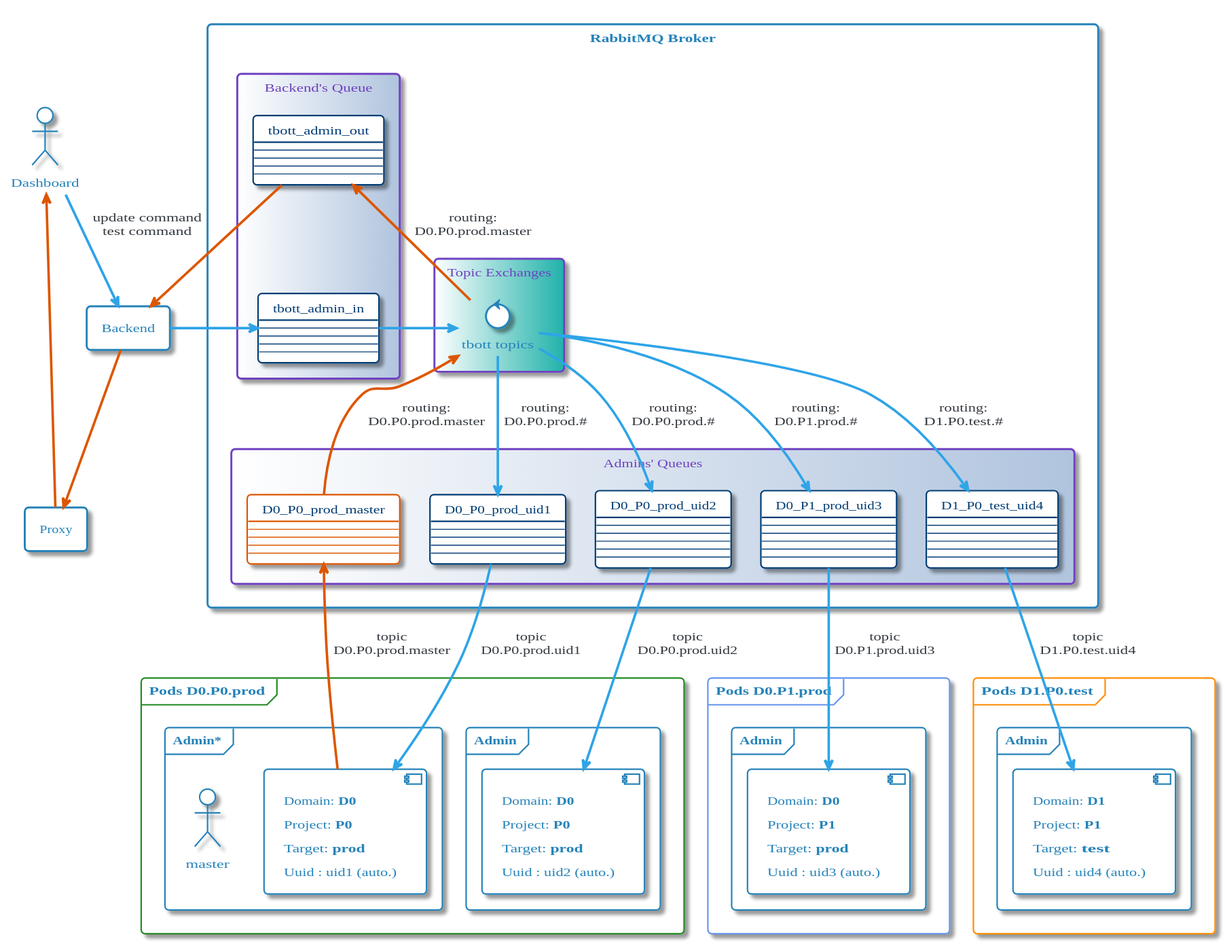
Earlier version of the PlantUML export images/plantuml/Admin/messaging_commands/MessagingCommands.svg (momenttech/maestro-architecture). Its diagram source:
```plantuml
@startuml




skinparam backgroundColor White








skinparam defaultFontName       "Verdana"
skinparam defaultFontSize       12
skinparam dpi                   100
skinparam shadowing             True
skinparam roundcorner           8
skinparam ParticipantPadding    40
skinparam BoxPadding            40
skinparam Padding               5
skinparam ArrowColor            #868E96
skinparam stereotype {
    CBackgroundColor #EDF0F2
    CBorderColor #BABDBF
    ABackgroundColor #8FB961
    ABorderColor $SUCCESS_DARK
    IBackgroundColor #D2494E
    IBorderColor $DANGER_DARK
    EBackgroundColor #E47833
    EBorderColor $WARNING_DARK
    NBackgroundColor #35638F
    NBorderColor $INFO_DARK
}
skinparam title {
	FontColor	                 #2FA4E7
	BorderColor	                 #BABDBF
	FontSize	    	         20
	BorderRoundCorner            8
	BorderThickness 	         1
	BackgroundColor              White
}

skinparam legend {
	BackgroundColor White
	BorderColor #BABDBF
	FontColor #343A40
}


skinparam activity {
		FontColor #2683B9
	BorderColor #2683B9
	BackgroundColor White
	BarColor #73A839
	StartColor #033C73
	EndColor #033C73
	DiamondBackgroundColor White
  	DiamondBorderColor #BABDBF
	DiamondFontColor #BABDBF
}


skinparam participant {
		FontColor #2683B9
	BorderColor #2683B9
	BackgroundColor White
	ParticipantBorderThickness 2
}


skinparam actor {
		FontColor #2683B9
	BorderColor #2683B9
	BackgroundColor White
}


skinparam arrow {
	Thickness 2.5
	Color #2FA4E7
	FontColor #343A40
}


skinparam sequence {
	BorderColor #2FA4E7
	TitleFontColor #2FA4E7
	BackgroundColor White
	StartColor #2FA4E7
	EndColor #2FA4E7
	BoxBackgroundColor White
	BoxBorderColor #868E96
	BoxFontColor #343A40
	LifeLineBorderColor #BABDBF
	LifeLineBorderThickness 2
	LifeLineBackgroundColor White
	GroupBorderColor #868E96
	GroupFontColor #343A40
	GroupHeaderFontColor #033C73
	DividerBackgroundColor White
    DividerBorderColor #868E96
    DividerBorderThickness 2
    DividerFontColor #343A40
	ReferenceBackgroundColor White
	ReferenceBorderColor #868E96
	ReferenceFontColor #343A40
	ReferenceHeaderFontColor #033C73
}


skinparam partition {
	BorderColor #2FA4E7
	FontColor #2FA4E7
	BackgroundColor White
}


skinparam collections {
		FontColor #2683B9
	BorderColor #2683B9
	BackgroundColor White
}


skinparam control {
		FontColor #2683B9
	BorderColor #2683B9
	BackgroundColor White
}


skinparam entity {
		FontColor #2683B9
	BorderColor #2683B9
	BackgroundColor White
}


skinparam boundary {
		FontColor #2683B9
	BorderColor #2683B9
	BackgroundColor White
}


skinparam agent {
	BackgroundColor White
	BorderColor #999999
	FontColor #333333
}


skinparam note {
	BorderThickness 1
	BackgroundColor White
	BorderColor #033C73
	FontColor #033C73
}


skinparam artifact {
	BackgroundColor White
	BorderColor #868E96
	FontColor #868E96
}


skinparam component {
		FontColor #2683B9
	BorderColor #2683B9
	BackgroundColor White

}


skinparam interface {
	BackgroundColor  White
	BorderColor  #C71C22
	FontColor #343A40
}


skinparam storage {
	BackgroundColor White
  	BorderColor #DD5600
	FontColor #DD5600
}


skinparam node {
	BackgroundColor White
	BorderColor #343A40
	FontColor #343A40
}


skinparam cloud {
	BackgroundColor #F2FCFE-#eeeeee
	BorderColor #F2FCFE
	FontColor #343A40
}


skinparam database {
		FontColor #2683B9
	BorderColor #2683B9
	BackgroundColor White
}


skinparam class {
		FontColor #2683B9
	BorderColor #2683B9
	BackgroundColor White
	HeaderBackgroundColor #2FA4E7-#2683B9
	StereotypeFontColor #343A40
	BorderThickness 1
	AttributeFontColor #343A40
	AttributeFontSize 11
}


skinparam object {
		FontColor #2683B9
	BorderColor #2683B9
	BackgroundColor White
	StereotypeFontColor #343A40
	BorderThickness 1
	AttributeFontColor #BABDBF
	AttributeFontSize 11
}


skinparam usecase {
		FontColor #2683B9
	BorderColor #2683B9
	BackgroundColor White
	BorderThickness 2
	StereotypeFontColor #2FA4E7
}


skinparam rectangle {
		FontColor #2683B9
	BorderColor #2683B9
	BackgroundColor White
	BorderThickness 2
	StereotypeFontColor #2FA4E7
}


skinparam package {
	BackgroundColor #F2FCFE-#eeeeee
  	BorderColor #033C73
	FontColor #033C73
	BorderThickness 2
}


skinparam folder {
	BackgroundColor White
  	BorderColor #DD5600
	FontColor #DD5600
	BorderThickness 2
}


skinparam frame {
		FontColor #2683B9
	BorderColor #2683B9
	BackgroundColor White
	BorderThickness 2
	StereotypeFontColor #2FA4E7
}



skinparam state {
		FontColor #2683B9
	BorderColor #2683B9
	BackgroundColor White
	StartColor #033C73
	EndColor #033C73
	AttributeFontColor #BABDBF
	AttributeFontSize 11
}


skinparam queue {
		FontColor #2683B9
	BorderColor #2683B9
	BackgroundColor White
}


skinparam card {
	BackgroundColor White
	BorderColor #033C73
	FontColor #033C73
}


skinparam file {
	BackgroundColor White
	BorderColor #868E96
	FontColor #868E96
}


skinparam stack {
		FontColor #2683B9
	BorderColor #2683B9
	BackgroundColor White
}



hide stereotype

!pragma horizontalLineBetweenDifferentPackageAllowed

skinparam file<<NOTE>> {
	BorderThickness 0.5
    BackgroundColor LightYellow
	BorderColor LightSteelBlue
	FontColor SteelBlue
    FontSize 10
    ArrowColor LightSteelBlue
}
skinparam arrow<<NOTE>> {
    Color LightSteelBlue
}





skinparam node<<MULTITHREADED>>{
    FontColor #E47833
	BorderColor #E47833
	BackgroundColor White
	BorderThickness 2
	StereotypeFontColor #2FA4E7
}


skinparam package<<CONTAINER>>{
    	BackgroundColor #eeeeee
  	BorderColor #033C73
	FontColor #033C73
	BorderThickness 2
}
skinparam frame<<CONTAINER>>{
    	BackgroundColor #eeeeee
  	BorderColor #033C73
	FontColor #033C73
	BorderThickness 2
}


skinparam rectangle<<boundary>> {
    BackgroundColor #eeeeee
    Shadowing false
    StereotypeFontSize 0
    FontColor #444444
    BorderColor #444444
    BorderStyle dashed
    BoxPadding 0
}

skinparam file<<docker_params>> {
    Shadowing True
    FontSize 10
}












skinparam nodesep 30
skinparam ranksep 20

actor Dashboard
rectangle Backend
rectangle Proxy

skinparam rectangle<<QUEUES>>{
    FontColor #6F42C1
    FontStyle none
	BorderColor #6F42C1
	BackgroundColor #White|LightSteelBlue
}
skinparam rectangle<<EXCHANGE>>{
    FontColor #6F42C1
    FontStyle none
	BorderColor #6F42C1
	BackgroundColor #White|LightSeaGreen
}
skinparam card<<MASTER>>{
    BorderColor #DD5600
}
skinparam arrow<<MASTER>> {
    Thickness 1
	Color #DD5600
}
skinparam frame<<POD1>> {
	BorderColor ForestGreen
}
skinparam frame<<POD2>> {
	BorderColor CornflowerBlue
}
skinparam frame<<POD3>> {
	BorderColor Darkorange
}


Dashboard --> Backend: "update command\ntest command"
Proxy -l-> Dashboard<<MASTER>>
rectangle "RabbitMQ   Broker" as RmqBroker {
    rectangle "Topic Exchanges" <<EXCHANGE>> as TopicEx {
        control "tbott topics" as ExchTbott

    }

    rectangle "Backend's Queue" <<QUEUES>> as RmqQueuesIn {
        card Card_TbottAdmin_out [
            tbott_admin_out
            ___
            ---
            ---
            ---
            ---
        ]
        card Card_TbottAdmin_in [
            tbott_admin_in
            ___
            ---
            ---
            ---
            ---
        ]
        Card_TbottAdmin_in -[hidden]u- Card_TbottAdmin_out
    }

    rectangle "Admins' Queues" <<QUEUES>> as RmqQueuesOut {
        card Card_D0P0T1MASTER <<MASTER>> [
            D0_P0_prod_master
            ___
            ---
            ---
            ---
            ---
        ]
        card Card_D0P0T1 [
            D0_P0_prod_uid1
            ___
            ---
            ---
            ---
            ---
        ]
        card Card_D0P0T2 [
            D0_P0_prod_uid2
            ___
            ---
            ---
            ---
            ---
            ---
        ]
        card Card_D0P1T1 [
            D0_P1_prod_uid3
            ___
            ---
            ---
            ---
            ---
            ---
        ]
        card Card_D1P0T1 [
            D1_P0_test_uid4
            ___
            ---
            ---
            ---
            ---
            ---
        ]

    }

}

Backend -> Card_TbottAdmin_in
Card_TbottAdmin_in -> ExchTbott
ExchTbott -u-> Card_TbottAdmin_out<<MASTER>>: "routing:\nD0.P0.prod.master"
Card_TbottAdmin_out -> Backend<<MASTER>>
Backend --> Proxy<<MASTER>>


ExchTbott --> Card_D0P0T1: "routing:\nD0.P0.prod.#"
ExchTbott <-- Card_D0P0T1MASTER<<MASTER>>: "routing:\nD0.P0.prod.master"
ExchTbott --> Card_D0P0T2: "routing:\nD0.P0.prod.#"
ExchTbott --> Card_D0P1T1: "routing:\nD0.P1.prod.#"
ExchTbott --> Card_D1P0T1: "routing:\nD1.P0.test.#"

frame "Pods D0.P0.prod" as POD1 <<POD1>> {
    frame "Admin*" as FrameD0P0T1 {
        component CompD0P0T1 [
            Domain: <b>D0</b>
            Project: <b>P0</b>
            Target: <b>prod</b>
            Uuid : uid1 (auto.)
        ]
        "master"
    }

    frame "Admin" as FrameD0P0T2 {
        component CompD0P0T2 [
            Domain: <b>D0</b>
            Project: <b>P0</b>
            Target: <b>prod</b>
            Uuid : uid2 (auto.)
        ]
    }
}

frame "Pods D0.P1.prod" as POD2 <<POD2>> {
    frame "Admin" as FrameD0P1T1 {
        component CompD0P1T1 [
            Domain: <b>D0</b>
            Project: <b>P1</b>
            Target: <b>prod</b>
            Uuid : uid3 (auto.)
        ]

    }
}

frame "Pods D1.P0.test" as POD3 <<POD3>> {
    frame "Admin" as FrameD1P0T1 {
        component CompD1P0T1 [
            Domain: <b>D1</b>
            Project: <b>P1</b>
            Target: <b>test</b>
            Uuid : uid4 (auto.)
        ]

    }
}

Card_D0P0T1 --> CompD0P0T1: topic\nD0.P0.prod.uid1
Card_D0P0T1MASTER <-- CompD0P0T1<<MASTER>>: topic\nD0.P0.prod.master
Card_D0P0T2 --> CompD0P0T2: topic\nD0.P0.prod.uid2
Card_D0P1T1 --> CompD0P1T1: topic\nD0.P1.prod.uid3
Card_D1P0T1 --> CompD1P0T1: topic\nD1.P0.test.uid4
@enduml
```
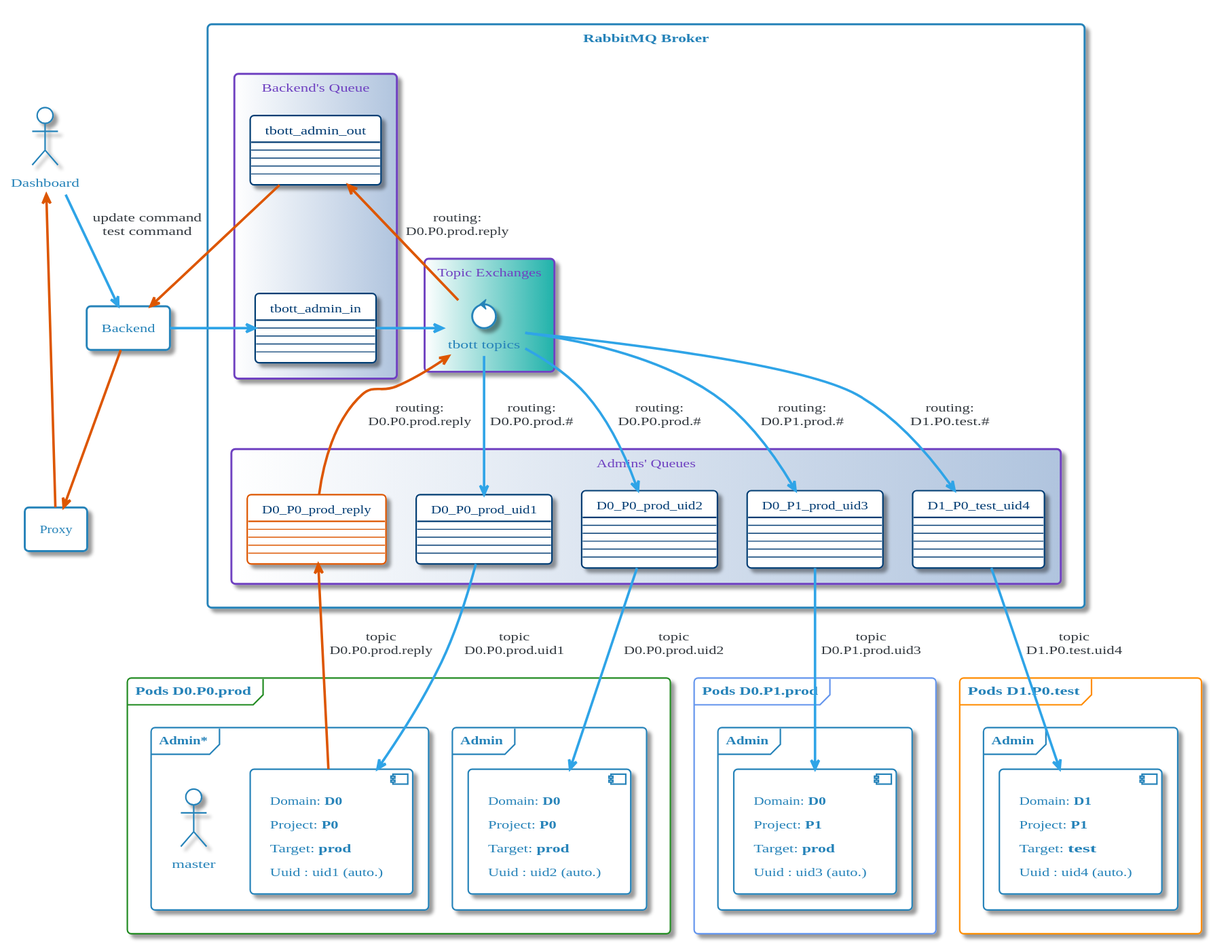
After the commit.

Commit message:
change routing name from master to reply

The edit, as a diff of the source:
```diff
@@ -1,4 +1,4 @@
-@startuml
+@startuml MessagingCommands
 
 
 
@@ -319,6 +319,7 @@
 
 hide stereotype
 
+skinparam backgroundColor transparent
 !pragma horizontalLineBetweenDifferentPackageAllowed
 
 skinparam file<<NOTE>> {
@@ -453,7 +454,7 @@
 
     rectangle "Admins' Queues" <<QUEUES>> as RmqQueuesOut {
         card Card_D0P0T1MASTER <<MASTER>> [
-            D0_P0_prod_master
+            D0_P0_prod_reply
             ___
             ---
             ---
@@ -502,13 +503,13 @@
 
 Backend -> Card_TbottAdmin_in
 Card_TbottAdmin_in -> ExchTbott
-ExchTbott -u-> Card_TbottAdmin_out<<MASTER>>: "routing:\nD0.P0.prod.master"
+ExchTbott -u-> Card_TbottAdmin_out<<MASTER>>: "routing:\nD0.P0.prod.reply"
 Card_TbottAdmin_out -> Backend<<MASTER>>
 Backend --> Proxy<<MASTER>>
 
 
 ExchTbott --> Card_D0P0T1: "routing:\nD0.P0.prod.#"
-ExchTbott <-- Card_D0P0T1MASTER<<MASTER>>: "routing:\nD0.P0.prod.master"
+ExchTbott <-- Card_D0P0T1MASTER<<MASTER>>: "routing:\nD0.P0.prod.reply"
 ExchTbott --> Card_D0P0T2: "routing:\nD0.P0.prod.#"
 ExchTbott --> Card_D0P1T1: "routing:\nD0.P1.prod.#"
 ExchTbott --> Card_D1P0T1: "routing:\nD1.P0.test.#"
@@ -559,8 +560,10 @@
 }
 
 Card_D0P0T1 --> CompD0P0T1: topic\nD0.P0.prod.uid1
-Card_D0P0T1MASTER <-- CompD0P0T1<<MASTER>>: topic\nD0.P0.prod.master
+Card_D0P0T1MASTER <-- CompD0P0T1<<MASTER>>: topic\nD0.P0.prod.reply
 Card_D0P0T2 --> CompD0P0T2: topic\nD0.P0.prod.uid2
 Card_D0P1T1 --> CompD0P1T1: topic\nD0.P1.prod.uid3
 Card_D1P0T1 --> CompD1P0T1: topic\nD1.P0.test.uid4
+
+
 @enduml
```
